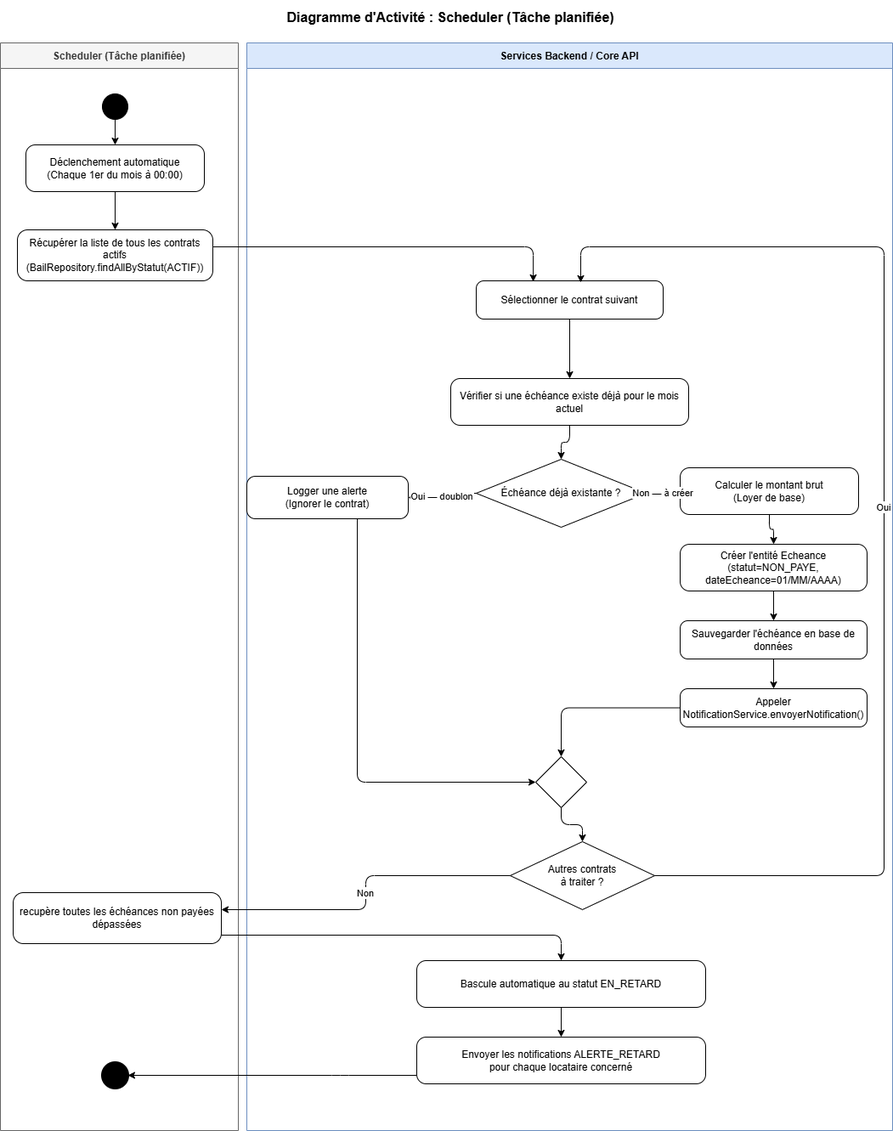
This is DIAGRAMME/activité/activite_scheduler.drawio.png from xavierGIT04/Soutenance, a draw.io export, as it was before one commit. Source tidied: cells renumbered, new cells last; positions are measured from the earlier drawing's top-left corner, leaving out a move shared by most shapes.
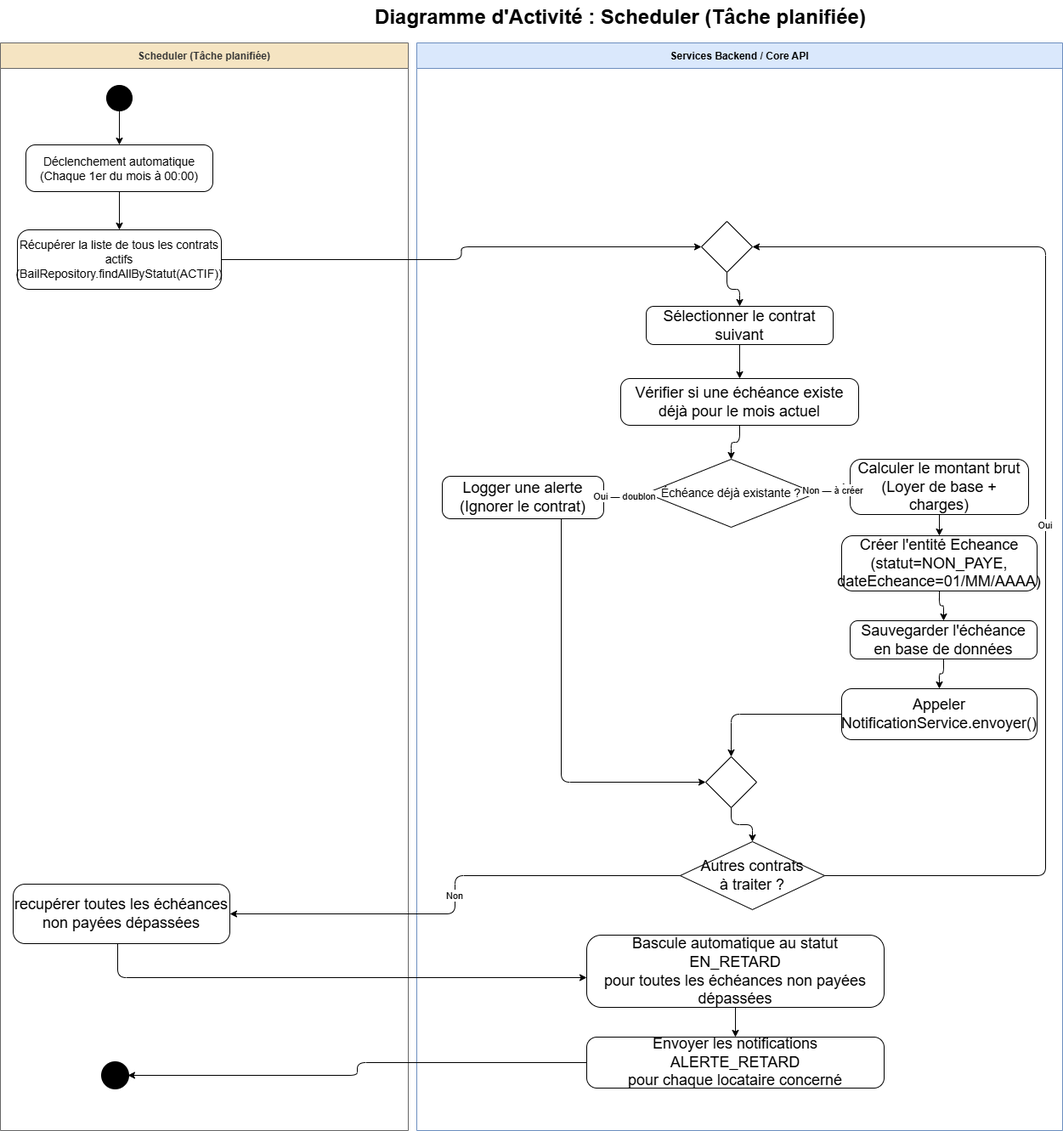
The same file after the commit.

Diff of the diagram source:
```diff
@@ -2,23 +2,23 @@
   <root>
     <mxCell id="0" />
     <mxCell id="1" parent="0" />
-    <mxCell id="2" value="Diagramme d'Activité : Scheduler (Tâche planifiée)" style="text;html=1;strokeColor=none;fillColor=none;align=center;verticalAlign=middle;whiteSpace=wrap;fontSize=16;fontStyle=1;" parent="1" vertex="1">
+    <mxCell id="2" value="&lt;font style=&quot;font-size: 24px;&quot;&gt;Diagramme d'Activité : Scheduler (Tâche planifiée)&lt;/font&gt;" style="text;html=1;strokeColor=none;fillColor=none;align=center;verticalAlign=middle;whiteSpace=wrap;fontSize=16;fontStyle=1;" parent="1" vertex="1">
       <mxGeometry x="30" width="1000" height="40" as="geometry" />
     </mxCell>
-    <mxCell id="3" value="Scheduler (Tâche planifiée)" style="swimlane;startSize=30;fillColor=#f5f5f5;strokeColor=#666666;fontColor=#333333;fontStyle=1;fontSize=12;" parent="1" vertex="1">
-      <mxGeometry y="50" width="280" height="1280" as="geometry" />
+    <mxCell id="3" value="Scheduler (Tâche planifiée)" style="swimlane;startSize=30;fillColor=#F5E4C2;strokeColor=#666666;fontColor=#333333;fontStyle=1;fontSize=12;" parent="1" vertex="1">
+      <mxGeometry x="-200" y="50" width="480" height="1280" as="geometry" />
     </mxCell>
     <mxCell id="4" style="ellipse;whiteSpace=wrap;html=1;fillColor=#000000;" parent="3" vertex="1">
-      <mxGeometry x="120" y="60" width="30" height="30" as="geometry" />
+      <mxGeometry x="125" y="50" width="30" height="30" as="geometry" />
     </mxCell>
-    <mxCell id="5" value="Déclenchement automatique&#10;(Chaque 1er du mois à 00:00)" style="rounded=1;whiteSpace=wrap;html=1;arcSize=20;fillColor=#ffffff;strokeColor=#000000;" parent="3" vertex="1">
-      <mxGeometry x="30" y="120" width="210" height="55" as="geometry" />
+    <mxCell id="5" value="&lt;font style=&quot;font-size: 14px;&quot;&gt;Déclenchement automatique&lt;br&gt;(Chaque 1er du mois à 00:00)&lt;/font&gt;" style="rounded=1;whiteSpace=wrap;html=1;arcSize=20;fillColor=#ffffff;strokeColor=#000000;" parent="3" vertex="1">
+      <mxGeometry x="30" y="120" width="220" height="55" as="geometry" />
     </mxCell>
-    <mxCell id="6" value="Récupérer la liste de tous les contrats actifs&#10;(BailRepository.findAllByStatut(ACTIF))" style="rounded=1;whiteSpace=wrap;html=1;arcSize=20;fillColor=#ffffff;strokeColor=#000000;" parent="3" vertex="1">
-      <mxGeometry x="20" y="220" width="230" height="60" as="geometry" />
+    <mxCell id="6" value="&lt;font style=&quot;font-size: 14px;&quot;&gt;Récupérer la liste de tous les contrats actifs&lt;br&gt;(BailRepository.findAllByStatut(ACTIF))&lt;/font&gt;" style="rounded=1;whiteSpace=wrap;html=1;arcSize=20;fillColor=#ffffff;strokeColor=#000000;" parent="3" vertex="1">
+      <mxGeometry x="20" y="220" width="240" height="70" as="geometry" />
     </mxCell>
-    <mxCell id="7" value="&lt;div&gt;&lt;div&gt;recupère&amp;nbsp;&lt;span style=&quot;background-color: transparent; color: light-dark(rgb(0, 0, 0), rgb(255, 255, 255));&quot;&gt;toutes les échéances non payées dépassées&lt;/span&gt;&lt;/div&gt;&lt;/div&gt;" style="rounded=1;whiteSpace=wrap;html=1;arcSize=20;fillColor=#ffffff;strokeColor=#000000;" parent="3" vertex="1">
-      <mxGeometry x="15" y="1000" width="245" height="60" as="geometry" />
+    <mxCell id="7" value="&lt;font style=&quot;font-size: 18px;&quot;&gt;recupérer&amp;nbsp;toutes les échéances non payées dépassées&lt;/font&gt;" style="rounded=1;whiteSpace=wrap;html=1;arcSize=20;fillColor=#ffffff;strokeColor=#000000;" parent="3" vertex="1">
+      <mxGeometry x="15" y="990" width="255" height="70" as="geometry" />
     </mxCell>
     <mxCell id="8" style="ellipse;whiteSpace=wrap;html=1;fillColor=#000000;strokeColor=#000000;strokeWidth=3;double=1;" parent="3" vertex="1">
       <mxGeometry x="120" y="1200" width="30" height="30" as="geometry" />
@@ -32,42 +32,48 @@
     <mxCell id="11" value="Services Backend / Core API" style="swimlane;startSize=30;fillColor=#dae8fc;strokeColor=#6c8ebf;fontColor=#000000;fontStyle=1;fontSize=12;" parent="1" vertex="1">
       <mxGeometry x="290" y="50" width="760" height="1280" as="geometry" />
     </mxCell>
+    <mxCell id="40" style="rhombus;whiteSpace=wrap;html=1;fillColor=#ffffff;strokeColor=#000000;" parent="11" vertex="1">
+      <mxGeometry x="335" y="210" width="60" height="60" as="geometry" />
+    </mxCell>
-    <mxCell id="12" value="Sélectionner le contrat suivant" style="rounded=1;whiteSpace=wrap;html=1;arcSize=20;fillColor=#ffffff;strokeColor=#000000;" parent="11" vertex="1">
-      <mxGeometry x="270" y="280" width="220" height="45" as="geometry" />
+    <mxCell id="12" value="&lt;font style=&quot;font-size: 18px;&quot;&gt;Sélectionner le contrat suivant&lt;/font&gt;" style="rounded=1;whiteSpace=wrap;html=1;arcSize=20;fillColor=#ffffff;strokeColor=#000000;" parent="11" vertex="1">
+      <mxGeometry x="270" y="310" width="220" height="45" as="geometry" />
     </mxCell>
-    <mxCell id="13" value="Vérifier si une échéance existe déjà pour le mois actuel" style="rounded=1;whiteSpace=wrap;html=1;arcSize=20;fillColor=#ffffff;strokeColor=#000000;" parent="11" vertex="1">
+    <mxCell id="13" value="&lt;font style=&quot;font-size: 18px;&quot;&gt;Vérifier si une échéance existe déjà pour le mois actuel&lt;/font&gt;" style="rounded=1;whiteSpace=wrap;html=1;arcSize=20;fillColor=#ffffff;strokeColor=#000000;" parent="11" vertex="1">
       <mxGeometry x="240" y="395" width="280" height="55" as="geometry" />
     </mxCell>
-    <mxCell id="14" value="Échéance déjà existante ?" style="rhombus;whiteSpace=wrap;html=1;fillColor=#ffffff;strokeColor=#000000;" parent="11" vertex="1">
+    <mxCell id="14" value="&lt;font style=&quot;font-size: 14px;&quot;&gt;Échéance déjà existante ?&lt;/font&gt;" style="rhombus;whiteSpace=wrap;html=1;fillColor=#ffffff;strokeColor=#000000;" parent="11" vertex="1">
       <mxGeometry x="270" y="490" width="200" height="80" as="geometry" />
     </mxCell>
-    <mxCell id="15" value="Logger une alerte&#10;(Ignorer le contrat)" style="rounded=1;whiteSpace=wrap;html=1;arcSize=20;fillColor=#ffffff;strokeColor=#000000;" parent="11" vertex="1">
-      <mxGeometry y="510" width="190" height="50" as="geometry" />
+    <mxCell id="15" value="&lt;font style=&quot;font-size: 18px;&quot;&gt;Logger une alerte&lt;br&gt;(Ignorer le contrat)&lt;/font&gt;" style="rounded=1;whiteSpace=wrap;html=1;arcSize=20;fillColor=#ffffff;strokeColor=#000000;" parent="11" vertex="1">
+      <mxGeometry x="30" y="510" width="190" height="50" as="geometry" />
     </mxCell>
-    <mxCell id="16" value="Calculer le montant brut&lt;br&gt;(Loyer de base)" style="rounded=1;whiteSpace=wrap;html=1;arcSize=20;fillColor=#ffffff;strokeColor=#000000;" parent="11" vertex="1">
-      <mxGeometry x="510" y="500" width="210" height="55" as="geometry" />
+    <mxCell id="16" value="&lt;font style=&quot;font-size: 18px;&quot;&gt;Calculer le montant brut&lt;br&gt;(Loyer de base + charges)&lt;/font&gt;" style="rounded=1;whiteSpace=wrap;html=1;arcSize=20;fillColor=#ffffff;strokeColor=#000000;" parent="11" vertex="1">
+      <mxGeometry x="510" y="490" width="210" height="65" as="geometry" />
     </mxCell>
-    <mxCell id="17" value="Créer l'entité Echeance&#10;(statut=NON_PAYE, dateEcheance=01/MM/AAAA)" style="rounded=1;whiteSpace=wrap;html=1;arcSize=20;fillColor=#ffffff;strokeColor=#000000;" parent="11" vertex="1">
-      <mxGeometry x="510" y="590" width="220" height="55" as="geometry" />
+    <mxCell id="17" value="&lt;font style=&quot;font-size: 18px;&quot;&gt;Créer l'entité Echeance&lt;br&gt;(statut=NON_PAYE, dateEcheance=01/MM/AAAA)&lt;/font&gt;" style="rounded=1;whiteSpace=wrap;html=1;arcSize=20;fillColor=#ffffff;strokeColor=#000000;" parent="11" vertex="1">
+      <mxGeometry x="500" y="580" width="230" height="65" as="geometry" />
     </mxCell>
-    <mxCell id="18" value="Sauvegarder l'échéance en base de données" style="rounded=1;whiteSpace=wrap;html=1;arcSize=20;fillColor=#ffffff;strokeColor=#000000;" parent="11" vertex="1">
+    <mxCell id="18" value="&lt;font style=&quot;font-size: 18px;&quot;&gt;Sauvegarder l'échéance en base de données&lt;/font&gt;" style="rounded=1;whiteSpace=wrap;html=1;arcSize=20;fillColor=#ffffff;strokeColor=#000000;" parent="11" vertex="1">
       <mxGeometry x="510" y="680" width="220" height="45" as="geometry" />
     </mxCell>
-    <mxCell id="19" value="Appeler NotificationService.envoyerNotification()" style="rounded=1;whiteSpace=wrap;html=1;arcSize=20;fillColor=#ffffff;strokeColor=#000000;" parent="11" vertex="1">
-      <mxGeometry x="510" y="760" width="220" height="45" as="geometry" />
+    <mxCell id="19" value="&lt;font style=&quot;font-size: 18px;&quot;&gt;Appeler NotificationService.envoyer()&lt;/font&gt;" style="rounded=1;whiteSpace=wrap;html=1;arcSize=20;fillColor=#ffffff;strokeColor=#000000;" parent="11" vertex="1">
+      <mxGeometry x="500" y="760" width="230" height="60" as="geometry" />
     </mxCell>
     <mxCell id="20" style="rhombus;whiteSpace=wrap;html=1;fillColor=#ffffff;strokeColor=#000000;" parent="11" vertex="1">
       <mxGeometry x="340" y="840" width="60" height="60" as="geometry" />
     </mxCell>
-    <mxCell id="21" value="Autres contrats&#10;à traiter ?" style="rhombus;whiteSpace=wrap;html=1;fillColor=#ffffff;strokeColor=#000000;" parent="11" vertex="1">
+    <mxCell id="21" value="&lt;font style=&quot;font-size: 18px;&quot;&gt;Autres contrats&lt;br&gt;à traiter ?&lt;/font&gt;" style="rhombus;whiteSpace=wrap;html=1;fillColor=#ffffff;strokeColor=#000000;" parent="11" vertex="1">
       <mxGeometry x="310" y="940" width="170" height="80" as="geometry" />
     </mxCell>
-    <mxCell id="22" value="&lt;div&gt;&lt;span style=&quot;background-color: transparent; color: light-dark(rgb(0, 0, 0), rgb(255, 255, 255));&quot;&gt;Bascule automatique au statut EN_RETARD&lt;/span&gt;&lt;/div&gt;" style="rounded=1;whiteSpace=wrap;html=1;arcSize=20;fillColor=#ffffff;strokeColor=#000000;" parent="11" vertex="1">
-      <mxGeometry x="200" y="1080" width="340" height="55" as="geometry" />
+    <mxCell id="22" value="&lt;font style=&quot;font-size: 18px;&quot;&gt;Bascule automatique au statut EN_RETARD&lt;br&gt;pour toutes les échéances non payées dépassées&lt;/font&gt;" style="rounded=1;whiteSpace=wrap;html=1;arcSize=20;fillColor=#ffffff;strokeColor=#000000;" parent="11" vertex="1">
+      <mxGeometry x="200" y="1050" width="350" height="85" as="geometry" />
     </mxCell>
-    <mxCell id="23" value="Envoyer les notifications ALERTE_RETARD&#10;pour chaque locataire concerné" style="rounded=1;whiteSpace=wrap;html=1;arcSize=20;fillColor=#ffffff;strokeColor=#000000;" parent="11" vertex="1">
-      <mxGeometry x="200" y="1170" width="340" height="55" as="geometry" />
+    <mxCell id="23" value="&lt;font style=&quot;font-size: 18px;&quot;&gt;Envoyer les notifications ALERTE_RETARD&lt;br&gt;pour chaque locataire concerné&lt;/font&gt;" style="rounded=1;whiteSpace=wrap;html=1;arcSize=20;fillColor=#ffffff;strokeColor=#000000;" parent="11" vertex="1">
+      <mxGeometry x="200" y="1170" width="350" height="60" as="geometry" />
     </mxCell>
+    <mxCell id="41" style="edgeStyle=orthogonalEdgeStyle;" parent="11" edge="1" source="40" target="12">
+      <mxGeometry relative="1" as="geometry" />
+    </mxCell>
     <mxCell id="24" style="edgeStyle=orthogonalEdgeStyle;" parent="11" edge="1" source="12" target="13">
       <mxGeometry relative="1" as="geometry" />
     </mxCell>
@@ -95,54 +101,39 @@
     <mxCell id="32" style="edgeStyle=orthogonalEdgeStyle;" parent="11" edge="1" source="15" target="20">
       <mxGeometry relative="1" as="geometry">
         <Array as="points">
-          <mxPoint x="130" y="870" />
+          <mxPoint x="170" y="870" />
         </Array>
       </mxGeometry>
     </mxCell>
     <mxCell id="33" style="edgeStyle=orthogonalEdgeStyle;" parent="11" edge="1" source="20" target="21">
       <mxGeometry relative="1" as="geometry" />
     </mxCell>
-    <mxCell id="34" value="Oui" style="edgeStyle=orthogonalEdgeStyle;exitX=1;exitY=0.5;entryX=0.559;entryY=0.044;entryDx=0;entryDy=0;entryPerimeter=0;" parent="11" edge="1" source="21" target="12">
+    <mxCell id="34" value="Oui" style="edgeStyle=orthogonalEdgeStyle;exitX=1;exitY=0.5;entryX=1;entryY=0.5;" parent="11" edge="1" source="21" target="40">
       <mxGeometry relative="1" as="geometry">
         <Array as="points">
-          <mxPoint x="750" y="980" />
-          <mxPoint x="750" y="240" />
-          <mxPoint x="393" y="240" />
+          <mxPoint x="740" y="980" />
+          <mxPoint x="740" y="240" />
         </Array>
       </mxGeometry>
     </mxCell>
     <mxCell id="35" style="edgeStyle=orthogonalEdgeStyle;" parent="11" edge="1" source="22" target="23">
       <mxGeometry relative="1" as="geometry" />
     </mxCell>
-    <mxCell id="36" style="edgeStyle=orthogonalEdgeStyle;entryX=0.305;entryY=0.022;entryDx=0;entryDy=0;entryPerimeter=0;" parent="1" edge="1" source="6" target="12">
-      <mxGeometry relative="1" as="geometry">
-        <Array as="points">
-          <mxPoint x="627" y="290" />
-        </Array>
-      </mxGeometry>
+    <mxCell id="36" style="edgeStyle=orthogonalEdgeStyle;" parent="1" edge="1" source="6" target="40">
+      <mxGeometry relative="1" as="geometry" />
     </mxCell>
     <mxCell id="37" value="Non" style="edgeStyle=orthogonalEdgeStyle;" parent="1" edge="1" source="21" target="7">
-      <mxGeometry relative="1" as="geometry">
-        <Array as="points">
-          <mxPoint x="430" y="1030" />
-          <mxPoint x="430" y="1070" />
-        </Array>
-      </mxGeometry>
+      <mxGeometry relative="1" as="geometry" />
     </mxCell>
     <mxCell id="38" style="edgeStyle=orthogonalEdgeStyle;" parent="1" edge="1" source="7" target="22">
       <mxGeometry relative="1" as="geometry">
         <Array as="points">
-          <mxPoint x="660" y="1100" />
+          <mxPoint x="-62" y="1150" />
         </Array>
       </mxGeometry>
     </mxCell>
     <mxCell id="39" style="edgeStyle=orthogonalEdgeStyle;" parent="1" edge="1" source="23" target="8">
-      <mxGeometry relative="1" as="geometry">
-        <Array as="points">
-          <mxPoint x="400" y="1265" />
-          <mxPoint x="400" y="1265" />
-        </Array>
-      </mxGeometry>
+      <mxGeometry relative="1" as="geometry" />
     </mxCell>
   </root>
 </mxGraphModel>
```
